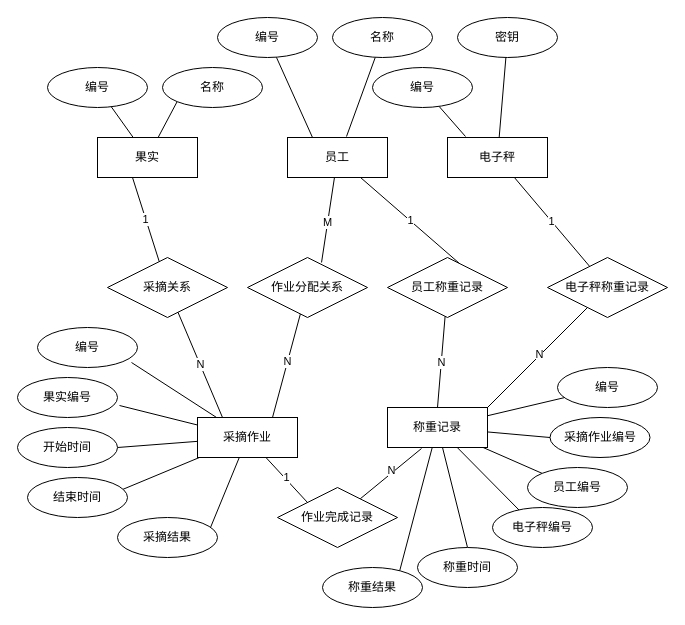
Earlier version of the draw.io diagram design/数据库设计-ER.dio (akynazh/aws). Source tidied: cells renumbered, new cells numbered last; positions are measured from the earlier drawing's top-left corner, leaving out a move shared by most shapes. Both pictures are drawn from the tidied source at 100%, with x=0, y=0 at pixel (17, 17).
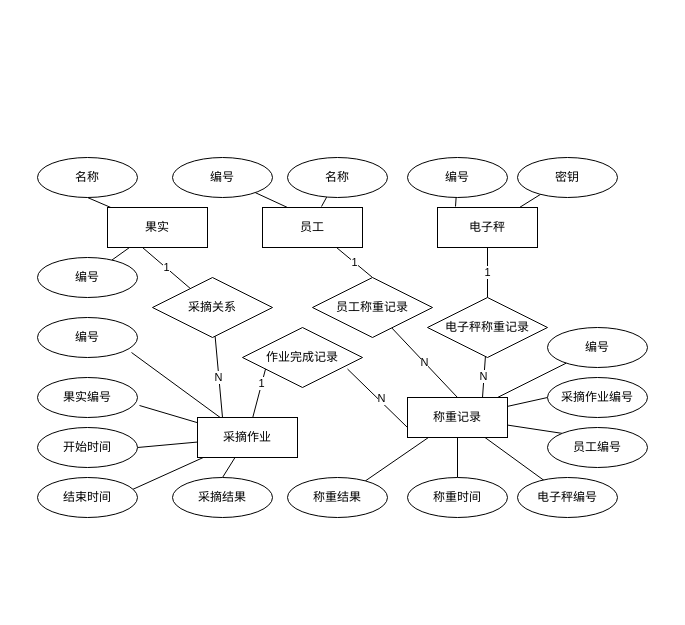
The same diagram, later.

Unchanged cells that the change refers to:
```xml
<mxCell id="12" value="采摘作业" style="whiteSpace=wrap;html=1;align=center;" parent="1" vertex="1">
  <mxGeometry x="180" y="400" width="100" height="40" as="geometry" />
</mxCell>
```

Change to the diagram source:
```diff
@@
-    <mxCell id="3" style="edgeStyle=none;html=1;entryX=0;entryY=1;entryDx=0;entryDy=0;strokeColor=default;endArrow=none;endFill=0;" parent="1" edge="1" source="4" target="18">
+    <mxCell id="3" style="edgeStyle=none;html=1;entryX=0.5;entryY=1;entryDx=0;entryDy=0;strokeColor=default;endArrow=none;endFill=0;" parent="1" edge="1" source="4" target="18">
       <mxGeometry relative="1" as="geometry" />
     </mxCell>
     <mxCell id="4" value="果实" style="whiteSpace=wrap;html=1;align=center;" parent="1" vertex="1">
-      <mxGeometry x="80" y="120" width="100" height="40" as="geometry" />
+      <mxGeometry x="90" y="190" width="100" height="40" as="geometry" />
     </mxCell>
@@
-    <mxCell id="11" style="edgeStyle=none;html=1;entryX=0.93;entryY=0.25;entryDx=0;entryDy=0;entryPerimeter=0;endArrow=none;endFill=0;" parent="1" edge="1" source="12" target="58">
+    <mxCell id="11" style="edgeStyle=none;html=1;entryX=0.5;entryY=0;entryDx=0;entryDy=0;endArrow=none;endFill=0;" parent="1" edge="1" source="12" target="58">
       <mxGeometry relative="1" as="geometry" />
     </mxCell>
@@
     <mxCell id="15" value="采摘关系" style="shape=rhombus;perimeter=rhombusPerimeter;whiteSpace=wrap;html=1;align=center;" parent="1" vertex="1">
-      <mxGeometry x="90" y="240" width="120" height="60" as="geometry" />
+      <mxGeometry x="135" y="260" width="120" height="60" as="geometry" />
     </mxCell>
@@
     <mxCell id="17" value="编号" style="ellipse;whiteSpace=wrap;html=1;align=center;" parent="1" vertex="1">
-      <mxGeometry x="30" y="50" width="100" height="40" as="geometry" />
+      <mxGeometry x="20" y="240" width="100" height="40" as="geometry" />
     </mxCell>
     <mxCell id="18" value="名称" style="ellipse;whiteSpace=wrap;html=1;align=center;" parent="1" vertex="1">
-      <mxGeometry x="145" y="50" width="100" height="40" as="geometry" />
+      <mxGeometry x="20" y="140" width="100" height="40" as="geometry" />
     </mxCell>
@@
     <mxCell id="20" value="电子秤" style="whiteSpace=wrap;html=1;align=center;" parent="1" vertex="1">
-      <mxGeometry x="430" y="120" width="100" height="40" as="geometry" />
+      <mxGeometry x="420" y="190" width="100" height="40" as="geometry" />
     </mxCell>
-    <mxCell id="21" style="edgeStyle=none;html=1;entryX=0.617;entryY=0.083;entryDx=0;entryDy=0;entryPerimeter=0;strokeColor=default;endArrow=none;endFill=0;" parent="1" edge="1" source="24" target="39">
-      <mxGeometry relative="1" as="geometry" />
-    </mxCell>
-    <mxCell id="22" value="M" style="edgeLabel;html=1;align=center;verticalAlign=middle;" parent="21" vertex="1">
-      <mxGeometry x="0.05" y="-1" relative="1" as="geometry" />
-    </mxCell>
-    <mxCell id="23" value="1" style="edgeStyle=none;html=1;entryX=0.6;entryY=0.1;entryDx=0;entryDy=0;entryPerimeter=0;strokeColor=default;endArrow=none;endFill=0;" parent="1" edge="1" source="24" target="36">
+    <mxCell id="23" value="1" style="edgeStyle=none;html=1;entryX=0.5;entryY=0;entryDx=0;entryDy=0;strokeColor=default;endArrow=none;endFill=0;" parent="1" edge="1" source="24" target="36">
       <mxGeometry relative="1" as="geometry" />
     </mxCell>
     <mxCell id="24" value="员工" style="whiteSpace=wrap;html=1;align=center;" parent="1" vertex="1">
-      <mxGeometry x="270" y="120" width="100" height="40" as="geometry" />
+      <mxGeometry x="245" y="190" width="100" height="40" as="geometry" />
     </mxCell>
@@
     <mxCell id="31" value="称重记录" style="whiteSpace=wrap;html=1;align=center;" parent="1" vertex="1">
-      <mxGeometry x="370" y="390" width="100" height="40" as="geometry" />
+      <mxGeometry x="390" y="380" width="100" height="40" as="geometry" />
     </mxCell>
-    <mxCell id="32" style="edgeStyle=none;html=1;entryX=1;entryY=0;entryDx=0;entryDy=0;strokeColor=default;endArrow=none;endFill=0;" parent="1" edge="1" source="34" target="31">
+    <mxCell id="32" style="edgeStyle=none;html=1;entryX=0.75;entryY=0;entryDx=0;entryDy=0;strokeColor=default;endArrow=none;endFill=0;" parent="1" edge="1" source="34" target="31">
       <mxGeometry relative="1" as="geometry" />
     </mxCell>
@@
     <mxCell id="34" value="电子秤称重记录" style="shape=rhombus;perimeter=rhombusPerimeter;whiteSpace=wrap;html=1;align=center;" parent="1" vertex="1">
-      <mxGeometry x="530" y="240" width="120" height="60" as="geometry" />
+      <mxGeometry x="410" y="280" width="120" height="60" as="geometry" />
     </mxCell>
@@
     <mxCell id="36" value="员工称重记录" style="shape=rhombus;perimeter=rhombusPerimeter;whiteSpace=wrap;html=1;align=center;" parent="1" vertex="1">
-      <mxGeometry x="370" y="240" width="120" height="60" as="geometry" />
+      <mxGeometry x="295" y="260" width="120" height="60" as="geometry" />
     </mxCell>
-    <mxCell id="37" style="edgeStyle=none;html=1;entryX=0.75;entryY=0;entryDx=0;entryDy=0;strokeColor=default;endArrow=none;endFill=0;" parent="1" edge="1" source="39" target="12">
-      <mxGeometry relative="1" as="geometry" />
-    </mxCell>
-    <mxCell id="38" value="N" style="edgeLabel;html=1;align=center;verticalAlign=middle;" parent="37" vertex="1">
-      <mxGeometry x="-0.08" y="-1" relative="1" as="geometry" />
-    </mxCell>
-    <mxCell id="39" value="作业分配关系" style="shape=rhombus;perimeter=rhombusPerimeter;whiteSpace=wrap;html=1;align=center;" parent="1" vertex="1">
-      <mxGeometry x="230" y="240" width="120" height="60" as="geometry" />
-    </mxCell>
-    <mxCell id="40" style="edgeStyle=none;html=1;entryX=0.34;entryY=1.025;entryDx=0;entryDy=0;entryPerimeter=0;strokeColor=default;endArrow=none;endFill=0;" parent="1" edge="1" source="42" target="31">
+    <mxCell id="40" style="edgeStyle=none;html=1;entryX=0;entryY=0.75;entryDx=0;entryDy=0;strokeColor=default;endArrow=none;endFill=0;exitX=0.875;exitY=0.692;exitDx=0;exitDy=0;exitPerimeter=0;" parent="1" edge="1" source="42" target="31">
       <mxGeometry relative="1" as="geometry" />
     </mxCell>
@@
     <mxCell id="42" value="作业完成记录" style="shape=rhombus;perimeter=rhombusPerimeter;whiteSpace=wrap;html=1;align=center;" parent="1" vertex="1">
-      <mxGeometry x="260" y="470" width="120" height="60" as="geometry" />
+      <mxGeometry x="225" y="310" width="120" height="60" as="geometry" />
     </mxCell>
@@
     <mxCell id="44" value="编号" style="ellipse;whiteSpace=wrap;html=1;align=center;" parent="1" vertex="1">
-      <mxGeometry x="200" width="100" height="40" as="geometry" />
+      <mxGeometry x="155" y="140" width="100" height="40" as="geometry" />
     </mxCell>
@@
     <mxCell id="46" value="名称" style="ellipse;whiteSpace=wrap;html=1;align=center;" parent="1" vertex="1">
-      <mxGeometry x="315" width="100" height="40" as="geometry" />
+      <mxGeometry x="270" y="140" width="100" height="40" as="geometry" />
     </mxCell>
@@
     <mxCell id="48" value="编号" style="ellipse;whiteSpace=wrap;html=1;align=center;" parent="1" vertex="1">
-      <mxGeometry x="355" y="50" width="100" height="40" as="geometry" />
+      <mxGeometry x="390" y="140" width="100" height="40" as="geometry" />
     </mxCell>
@@
     <mxCell id="50" value="密钥" style="ellipse;whiteSpace=wrap;html=1;align=center;" parent="1" vertex="1">
-      <mxGeometry x="440" width="100" height="40" as="geometry" />
+      <mxGeometry x="500" y="140" width="100" height="40" as="geometry" />
     </mxCell>
     <mxCell id="51" value="编号" style="ellipse;whiteSpace=wrap;html=1;align=center;" parent="1" vertex="1">
-      <mxGeometry x="20" y="310" width="100" height="40" as="geometry" />
+      <mxGeometry x="20" y="300" width="100" height="40" as="geometry" />
     </mxCell>
     <mxCell id="52" value="采摘作业编号" style="ellipse;whiteSpace=wrap;html=1;align=center;" parent="1" vertex="1">
-      <mxGeometry x="532.5" y="400" width="100" height="40" as="geometry" />
+      <mxGeometry x="530" y="360" width="100" height="40" as="geometry" />
     </mxCell>
     <mxCell id="53" value="员工编号" style="ellipse;whiteSpace=wrap;html=1;align=center;" parent="1" vertex="1">
-      <mxGeometry x="510" y="450" width="100" height="40" as="geometry" />
+      <mxGeometry x="530" y="410" width="100" height="40" as="geometry" />
     </mxCell>
     <mxCell id="54" value="编号" style="ellipse;whiteSpace=wrap;html=1;align=center;" parent="1" vertex="1">
-      <mxGeometry x="540" y="350" width="100" height="40" as="geometry" />
+      <mxGeometry x="530" y="310" width="100" height="40" as="geometry" />
     </mxCell>
     <mxCell id="55" value="果实编号" style="ellipse;whiteSpace=wrap;html=1;align=center;" parent="1" vertex="1">
-      <mxGeometry y="360" width="100" height="40" as="geometry" />
+      <mxGeometry x="20" y="360" width="100" height="40" as="geometry" />
     </mxCell>
     <mxCell id="56" value="开始时间" style="ellipse;whiteSpace=wrap;html=1;align=center;" parent="1" vertex="1">
-      <mxGeometry y="410" width="100" height="40" as="geometry" />
+      <mxGeometry x="20" y="410" width="100" height="40" as="geometry" />
     </mxCell>
     <mxCell id="57" value="结束时间" style="ellipse;whiteSpace=wrap;html=1;align=center;" parent="1" vertex="1">
-      <mxGeometry x="10" y="460" width="100" height="40" as="geometry" />
+      <mxGeometry x="20" y="460" width="100" height="40" as="geometry" />
     </mxCell>
     <mxCell id="58" value="采摘结果" style="ellipse;whiteSpace=wrap;html=1;align=center;" parent="1" vertex="1">
-      <mxGeometry x="100" y="500" width="100" height="40" as="geometry" />
+      <mxGeometry x="155" y="460" width="100" height="40" as="geometry" />
     </mxCell>
     <mxCell id="59" value="电子秤编号" style="ellipse;whiteSpace=wrap;html=1;align=center;" parent="1" vertex="1">
-      <mxGeometry x="475" y="490" width="100" height="40" as="geometry" />
+      <mxGeometry x="500" y="460" width="100" height="40" as="geometry" />
     </mxCell>
     <mxCell id="60" value="称重时间" style="ellipse;whiteSpace=wrap;html=1;align=center;" parent="1" vertex="1">
-      <mxGeometry x="400" y="530" width="100" height="40" as="geometry" />
+      <mxGeometry x="390" y="460" width="100" height="40" as="geometry" />
     </mxCell>
     <mxCell id="61" value="称重结果" style="ellipse;whiteSpace=wrap;html=1;align=center;" parent="1" vertex="1">
-      <mxGeometry x="305" y="550" width="100" height="40" as="geometry" />
+      <mxGeometry x="270" y="460" width="100" height="40" as="geometry" />
     </mxCell>
```
